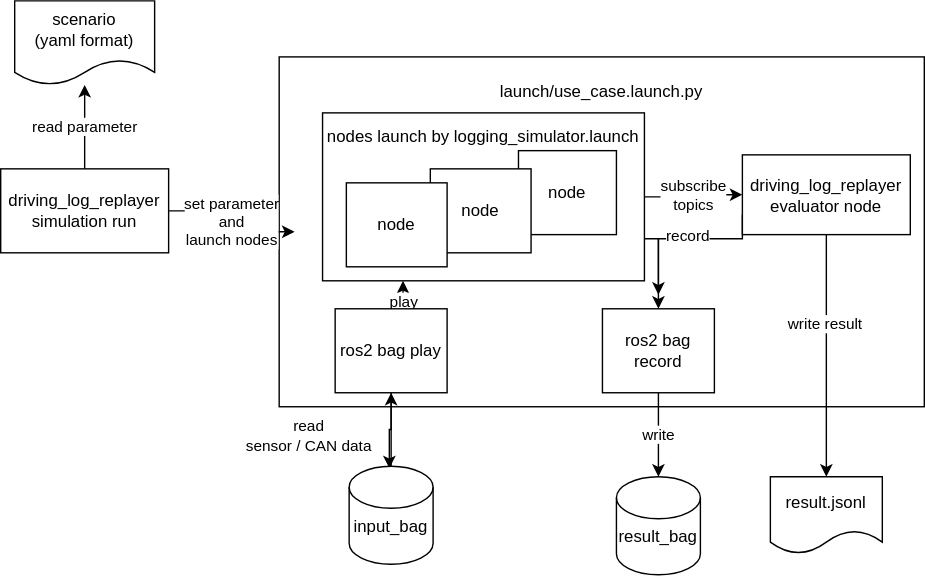
Before: docs/overview/images/overview.drawio.svg, a diagram exported from draw.io (tier4/driving_log_replayer). Source tidied: cells renumbered, new cells last; positions are measured from the earlier drawing's top-left corner, leaving out a move shared by most shapes.
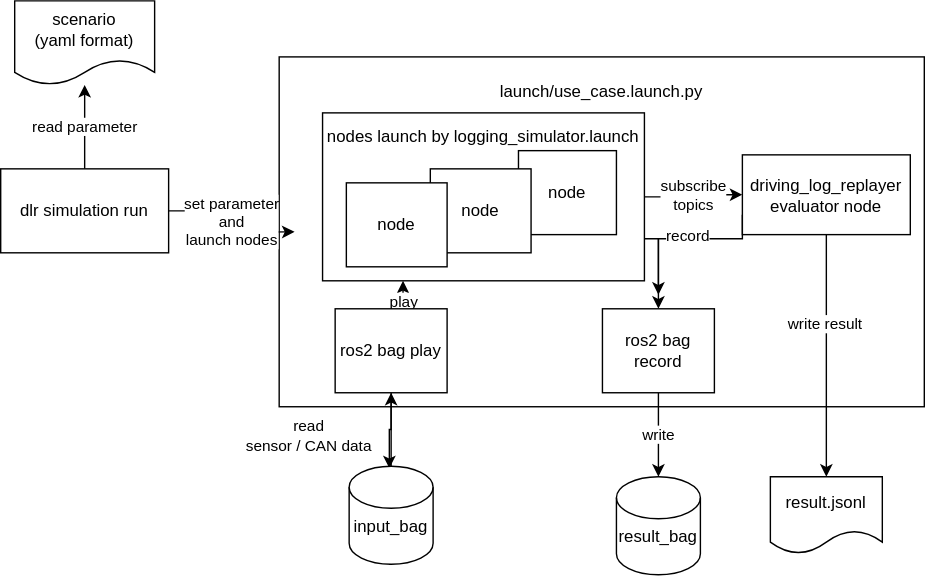
After the commit.

What changed in the source:
```diff
@@ -30,7 +30,7 @@
     <mxCell id="8" value="read parameter" style="edgeStyle=orthogonalEdgeStyle;rounded=0;jettySize=auto;html=1;" parent="1" edge="1" source="9" target="19">
       <mxGeometry relative="1" as="geometry" />
     </mxCell>
-    <mxCell id="9" value="driving_log_replayer simulation run" style="rounded=0;whiteSpace=wrap;html=1;" parent="1" vertex="1">
+    <mxCell id="9" value="dlr simulation run" style="rounded=0;whiteSpace=wrap;html=1;" parent="1" vertex="1">
       <mxGeometry y="120" width="120" height="60" as="geometry" />
     </mxCell>
     <mxCell id="10" value="read&lt;br&gt;sensor / CAN data" style="edgeStyle=orthogonalEdgeStyle;rounded=0;jettySize=auto;html=1;exitX=0.5;exitY=1;exitDx=0;exitDy=0;startArrow=none;" parent="1" edge="1" source="27">
```
